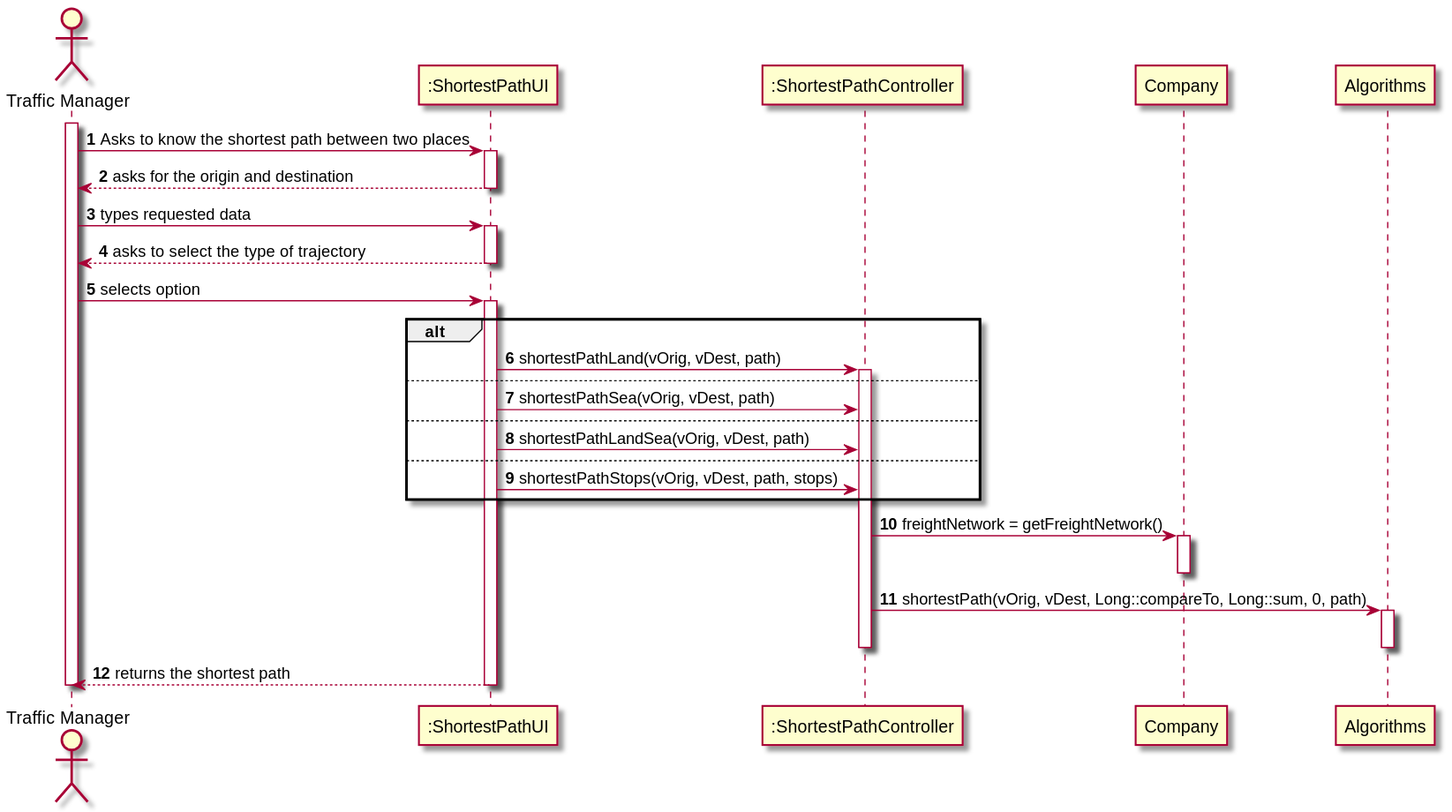
Before: docs/Sprint 4/US/US402/US402_SD.svg, a diagram exported from PlantUML (1190772/LAB-Project-3). Its diagram source:
```plantuml
@startuml

autonumber

actor "Traffic Manager" as TM

participant ":ShortestPathUI" as UI
participant ":ShortestPathController" as CTRL
participant "Company" as C
participant "Algorithms" as ALG

activate TM
TM -> UI : Asks to know the shortest path between two places

activate UI
UI --> TM : asks for the origin and destination
deactivate UI

TM -> UI : types requested data

activate UI
UI --> TM : asks to select the type of trajectory
deactivate UI

TM -> UI : selects option

alt
activate UI
UI -> CTRL : shortestPathLand(vOrig, vDest, path)
activate CTRL
else
UI -> CTRL : shortestPathSea(vOrig, vDest, path)
else
UI -> CTRL : shortestPathLandSea(vOrig, vDest, path)
else
UI -> CTRL : shortestPathStops(vOrig, vDest, path, stops)
end

CTRL -> C : freightNetwork = getFreightNetwork()
activate C
deactivate C

CTRL -> ALG : shortestPath(vOrig, vDest, Long::compareTo, Long::sum, 0, path)
activate ALG
deactivate ALG
deactivate CTRL

UI --> TM : returns the shortest path
deactivate UI
deactivate TM
@enduml
```
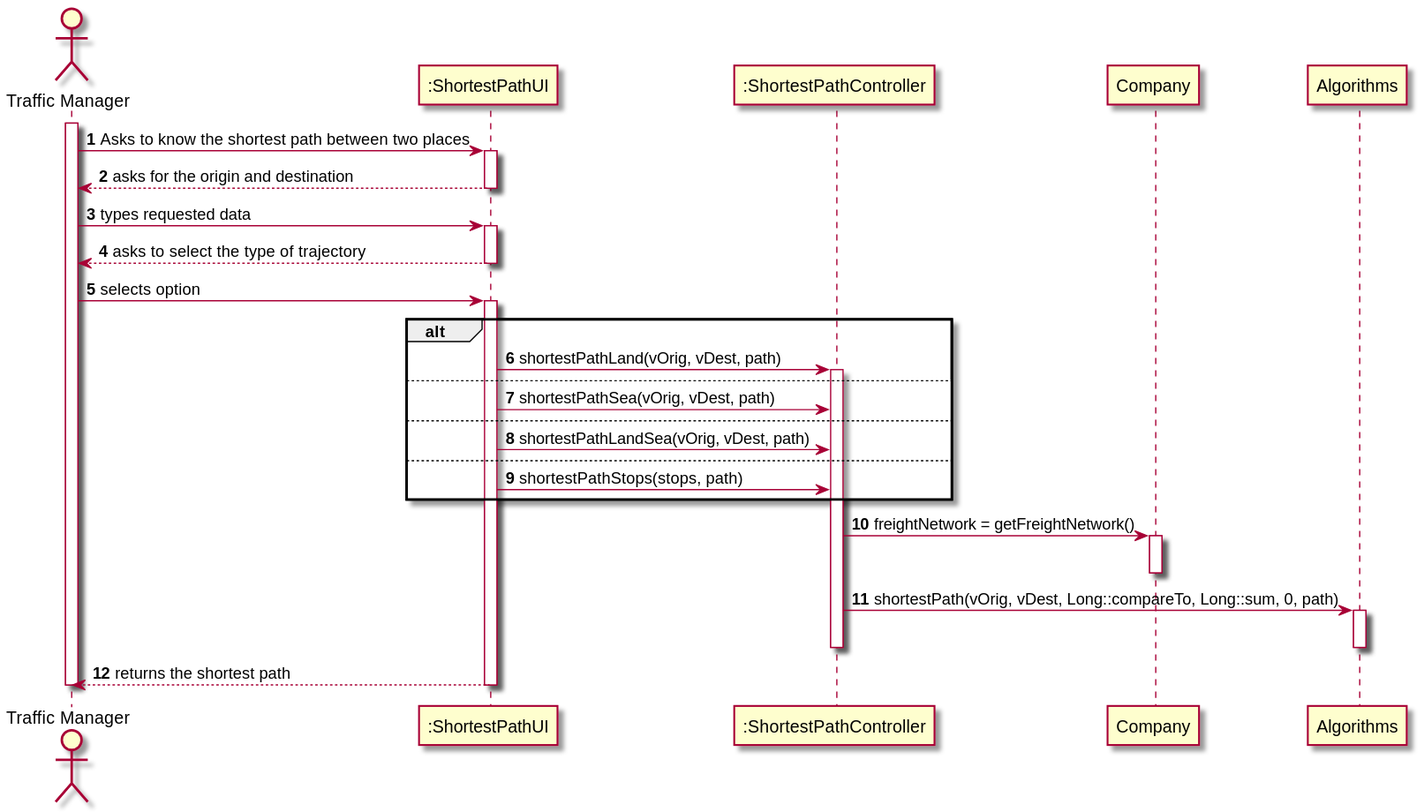
The same diagram one commit later.

The edit, as a diff of the source:
```diff
@@ -33,7 +33,7 @@
 else
 UI -> CTRL : shortestPathLandSea(vOrig, vDest, path)
 else
-UI -> CTRL : shortestPathStops(vOrig, vDest, path, stops)
+UI -> CTRL : shortestPathStops(stops, path)
 end
 
 CTRL -> C : freightNetwork = getFreightNetwork()
```
